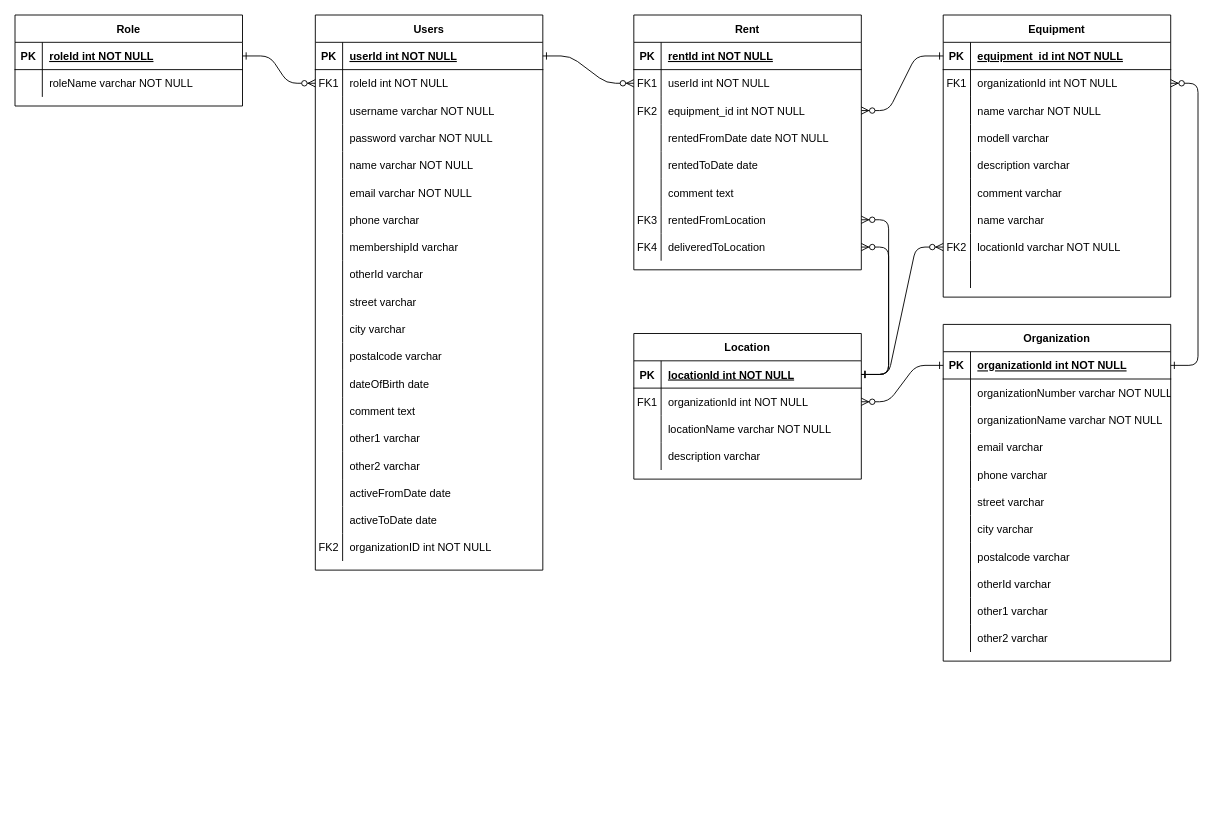
This is Untitled Diagram.drawio from roarengen/equiplib, a draw.io file, before an edit. Source tidied: cells renumbered, new cells numbered last; positions are measured from the earlier drawing's top-left corner, leaving out a move shared by most shapes. Both pictures are drawn from the tidied source at 91%, with x=0, y=0 at pixel (15, 15).
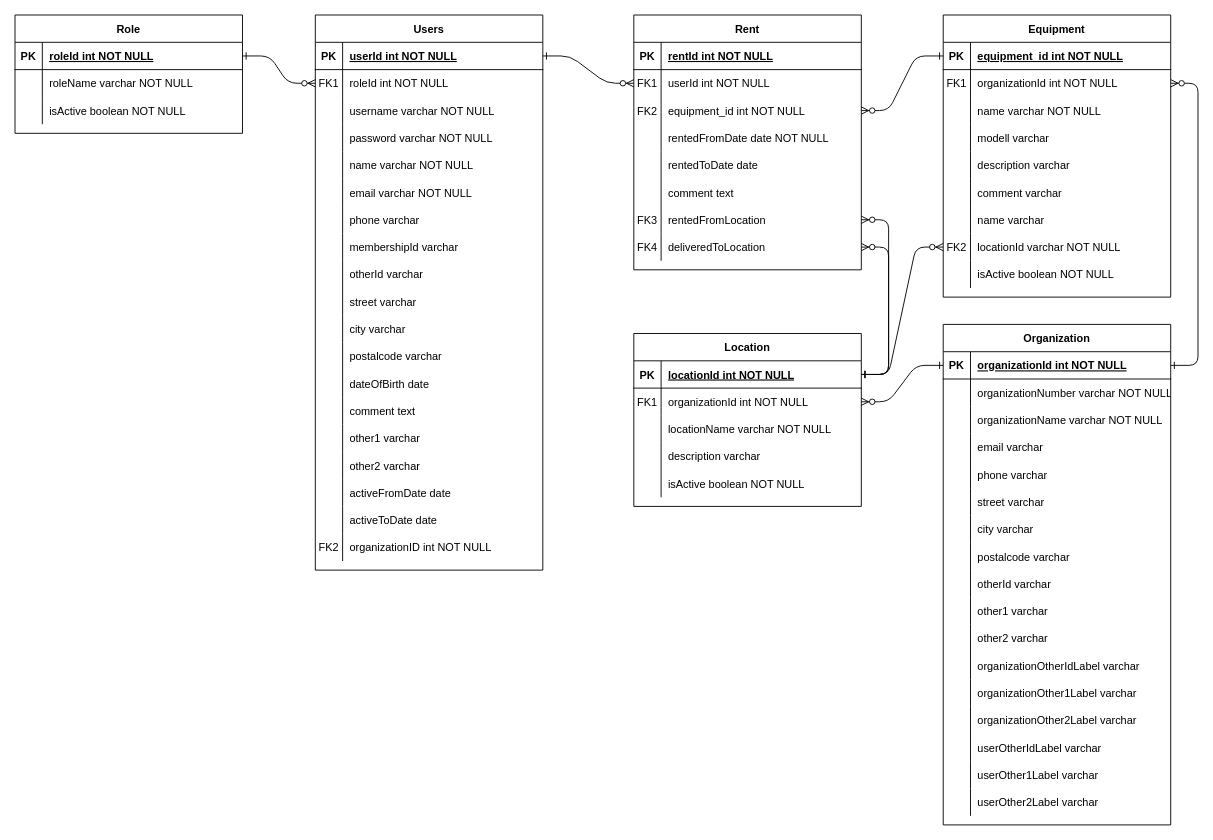
The same page after the edit.

The change refers to these unchanged cells:
```xml
<mxCell id="119" style="shape=partialRectangle;fillColor=none;top=0;left=0;right=0;bottom=0;" parent="94" vertex="1">
  <mxGeometry y="270" width="250" height="30" as="geometry" />
</mxCell>
```

Change to the diagram source:
```diff
@@
     <mxCell id="87" value="Role" style="shape=table;startSize=30;childLayout=tableLayout;rowLines=0;fontStyle=1;align=center;" parent="1" vertex="1">
-      <mxGeometry width="250" height="100" as="geometry" />
+      <mxGeometry width="250" height="130" as="geometry" />
     </mxCell>
@@
+    <mxCell id="175" style="shape=partialRectangle;fillColor=none;top=0;left=0;right=0;bottom=0;" parent="87" vertex="1">
+      <mxGeometry y="90" width="250" height="30" as="geometry" />
+    </mxCell>
+    <mxCell id="176" style="shape=partialRectangle;overflow=hidden;fillColor=none;top=0;left=0;bottom=0;right=0;" parent="175" vertex="1">
+      <mxGeometry width="30" height="30" as="geometry" />
+    </mxCell>
+    <mxCell id="177" value="isActive boolean NOT NULL" style="shape=partialRectangle;overflow=hidden;fillColor=none;top=0;left=0;bottom=0;right=0;align=left;spacingLeft=6;" parent="175" vertex="1">
+      <mxGeometry x="30" width="220" height="30" as="geometry" />
+    </mxCell>
@@
-    <mxCell id="121" style="shape=partialRectangle;overflow=hidden;fillColor=none;top=0;left=0;bottom=0;right=0;align=left;spacingLeft=6;" parent="119" vertex="1">
+    <mxCell id="121" value="isActive boolean NOT NULL" style="shape=partialRectangle;overflow=hidden;fillColor=none;top=0;left=0;bottom=0;right=0;align=left;spacingLeft=6;" parent="119" vertex="1">
       <mxGeometry x="30" width="220" height="30" as="geometry" />
     </mxCell>
@@
     <mxCell id="123" value="Location" style="shape=table;startSize=30;childLayout=tableLayout;rowLines=0;fontStyle=1;align=center;" parent="1" vertex="1">
-      <mxGeometry x="680" y="350" width="250" height="160" as="geometry" />
+      <mxGeometry x="680" y="350" width="250" height="190" as="geometry" />
     </mxCell>
@@
+    <mxCell id="178" style="shape=partialRectangle;fillColor=none;top=0;left=0;right=0;bottom=0;" parent="123" vertex="1">
+      <mxGeometry y="150" width="250" height="30" as="geometry" />
+    </mxCell>
+    <mxCell id="179" style="shape=partialRectangle;overflow=hidden;fillColor=none;top=0;left=0;bottom=0;right=0;" parent="178" vertex="1">
+      <mxGeometry width="30" height="30" as="geometry" />
+    </mxCell>
+    <mxCell id="180" value="isActive boolean NOT NULL" style="shape=partialRectangle;overflow=hidden;fillColor=none;top=0;left=0;bottom=0;right=0;align=left;spacingLeft=6;" parent="178" vertex="1">
+      <mxGeometry x="30" width="220" height="30" as="geometry" />
+    </mxCell>
@@
     <mxCell id="138" value="Organization" style="shape=table;startSize=30;childLayout=tableLayout;rowLines=0;fontStyle=1;align=center;" parent="1" vertex="1">
-      <mxGeometry x="1020" y="340" width="250" height="370" as="geometry" />
+      <mxGeometry x="1020" y="340" width="250" height="550" as="geometry" />
     </mxCell>
@@
+    <mxCell id="181" style="shape=partialRectangle;fillColor=none;top=0;left=0;right=0;bottom=0;" parent="138" vertex="1">
+      <mxGeometry y="360" width="250" height="30" as="geometry" />
+    </mxCell>
+    <mxCell id="182" style="shape=partialRectangle;overflow=hidden;fillColor=none;top=0;left=0;bottom=0;right=0;" parent="181" vertex="1">
+      <mxGeometry width="30" height="30" as="geometry" />
+    </mxCell>
+    <mxCell id="183" value="organizationOtherIdLabel varchar" style="shape=partialRectangle;overflow=hidden;fillColor=none;top=0;left=0;bottom=0;right=0;align=left;spacingLeft=6;" parent="181" vertex="1">
+      <mxGeometry x="30" width="220" height="30" as="geometry" />
+    </mxCell>
+    <mxCell id="184" style="shape=partialRectangle;fillColor=none;top=0;left=0;right=0;bottom=0;" parent="138" vertex="1">
+      <mxGeometry y="390" width="250" height="30" as="geometry" />
+    </mxCell>
+    <mxCell id="185" style="shape=partialRectangle;overflow=hidden;fillColor=none;top=0;left=0;bottom=0;right=0;" parent="184" vertex="1">
+      <mxGeometry width="30" height="30" as="geometry" />
+    </mxCell>
+    <mxCell id="186" value="organizationOther1Label varchar" style="shape=partialRectangle;overflow=hidden;fillColor=none;top=0;left=0;bottom=0;right=0;align=left;spacingLeft=6;" parent="184" vertex="1">
+      <mxGeometry x="30" width="220" height="30" as="geometry" />
+    </mxCell>
+    <mxCell id="187" style="shape=partialRectangle;fillColor=none;top=0;left=0;right=0;bottom=0;" parent="138" vertex="1">
+      <mxGeometry y="420" width="250" height="30" as="geometry" />
+    </mxCell>
+    <mxCell id="188" style="shape=partialRectangle;overflow=hidden;fillColor=none;top=0;left=0;bottom=0;right=0;" parent="187" vertex="1">
+      <mxGeometry width="30" height="30" as="geometry" />
+    </mxCell>
+    <mxCell id="189" value="organizationOther2Label varchar" style="shape=partialRectangle;overflow=hidden;fillColor=none;top=0;left=0;bottom=0;right=0;align=left;spacingLeft=6;" parent="187" vertex="1">
+      <mxGeometry x="30" width="220" height="30" as="geometry" />
+    </mxCell>
+    <mxCell id="190" style="shape=partialRectangle;fillColor=none;top=0;left=0;right=0;bottom=0;" parent="138" vertex="1">
+      <mxGeometry y="450" width="250" height="30" as="geometry" />
+    </mxCell>
+    <mxCell id="191" style="shape=partialRectangle;overflow=hidden;fillColor=none;top=0;left=0;bottom=0;right=0;" parent="190" vertex="1">
+      <mxGeometry width="30" height="30" as="geometry" />
+    </mxCell>
+    <mxCell id="192" value="userOtherIdLabel varchar" style="shape=partialRectangle;overflow=hidden;fillColor=none;top=0;left=0;bottom=0;right=0;align=left;spacingLeft=6;" parent="190" vertex="1">
+      <mxGeometry x="30" width="220" height="30" as="geometry" />
+    </mxCell>
+    <mxCell id="193" style="shape=partialRectangle;fillColor=none;top=0;left=0;right=0;bottom=0;" parent="138" vertex="1">
+      <mxGeometry y="480" width="250" height="30" as="geometry" />
+    </mxCell>
+    <mxCell id="194" style="shape=partialRectangle;overflow=hidden;fillColor=none;top=0;left=0;bottom=0;right=0;" parent="193" vertex="1">
+      <mxGeometry width="30" height="30" as="geometry" />
+    </mxCell>
+    <mxCell id="195" value="userOther1Label varchar" style="shape=partialRectangle;overflow=hidden;fillColor=none;top=0;left=0;bottom=0;right=0;align=left;spacingLeft=6;" parent="193" vertex="1">
+      <mxGeometry x="30" width="220" height="30" as="geometry" />
+    </mxCell>
+    <mxCell id="196" style="shape=partialRectangle;fillColor=none;top=0;left=0;right=0;bottom=0;" parent="138" vertex="1">
+      <mxGeometry y="510" width="250" height="30" as="geometry" />
+    </mxCell>
+    <mxCell id="197" style="shape=partialRectangle;overflow=hidden;fillColor=none;top=0;left=0;bottom=0;right=0;" parent="196" vertex="1">
+      <mxGeometry width="30" height="30" as="geometry" />
+    </mxCell>
+    <mxCell id="198" value="userOther2Label varchar" style="shape=partialRectangle;overflow=hidden;fillColor=none;top=0;left=0;bottom=0;right=0;align=left;spacingLeft=6;" parent="196" vertex="1">
+      <mxGeometry x="30" width="220" height="30" as="geometry" />
+    </mxCell>
```
